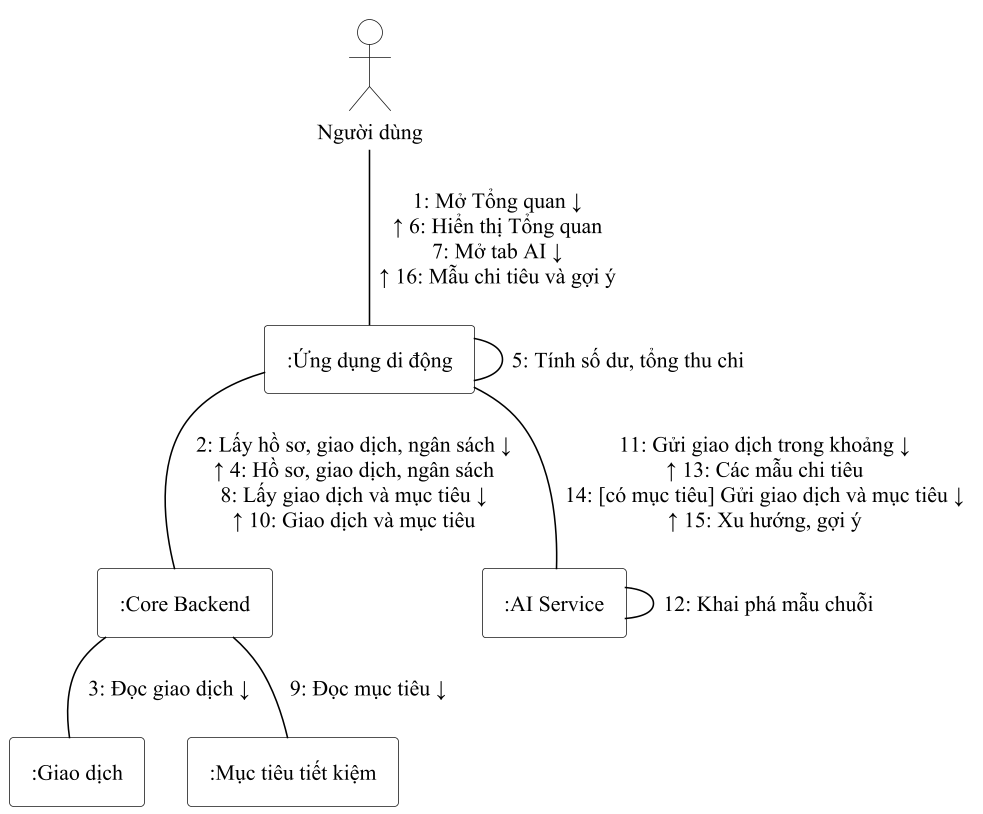
TriPhan15/donutpay-monorepo keeps this PlantUML diagram as docs/thesis/diagrams/ch2_thong_ke_cong_tac.png. Above is the earlier version. Its diagram source:
```plantuml
@startuml ch2_thong_ke_cong_tac
!include _style.iuml
!pragma layout smetana
actor "Người dùng" as ND
rectangle ":Ứng dụng di động" as APP
rectangle ":Core Backend" as BE
rectangle ":AI Service" as AI
rectangle ":Giao dịch" as GD
rectangle ":Mục tiêu tiết kiệm" as MT
ND -- APP : "1: Mở Tổng quan ↓\n↑ 6: Hiển thị Tổng quan\n7: Mở tab AI ↓\n↑ 16: Mẫu chi tiêu và gợi ý"
APP -- APP : "5: Tính số dư, tổng thu chi"
APP -- BE : "2: Lấy hồ sơ, giao dịch, ngân sách ↓\n↑ 4: Hồ sơ, giao dịch, ngân sách\n8: Lấy giao dịch và mục tiêu ↓\n↑ 10: Giao dịch và mục tiêu"
BE -- GD : "3: Đọc giao dịch ↓"
BE -- MT : "9: Đọc mục tiêu ↓"
APP -- AI : "11: Gửi giao dịch trong khoảng ↓\n↑ 13: Các mẫu chi tiêu\n14: [có mục tiêu] Gửi giao dịch và mục tiêu ↓\n↑ 15: Xu hướng, gợi ý"
AI -- AI : "12: Khai phá mẫu chuỗi"
@enduml
```
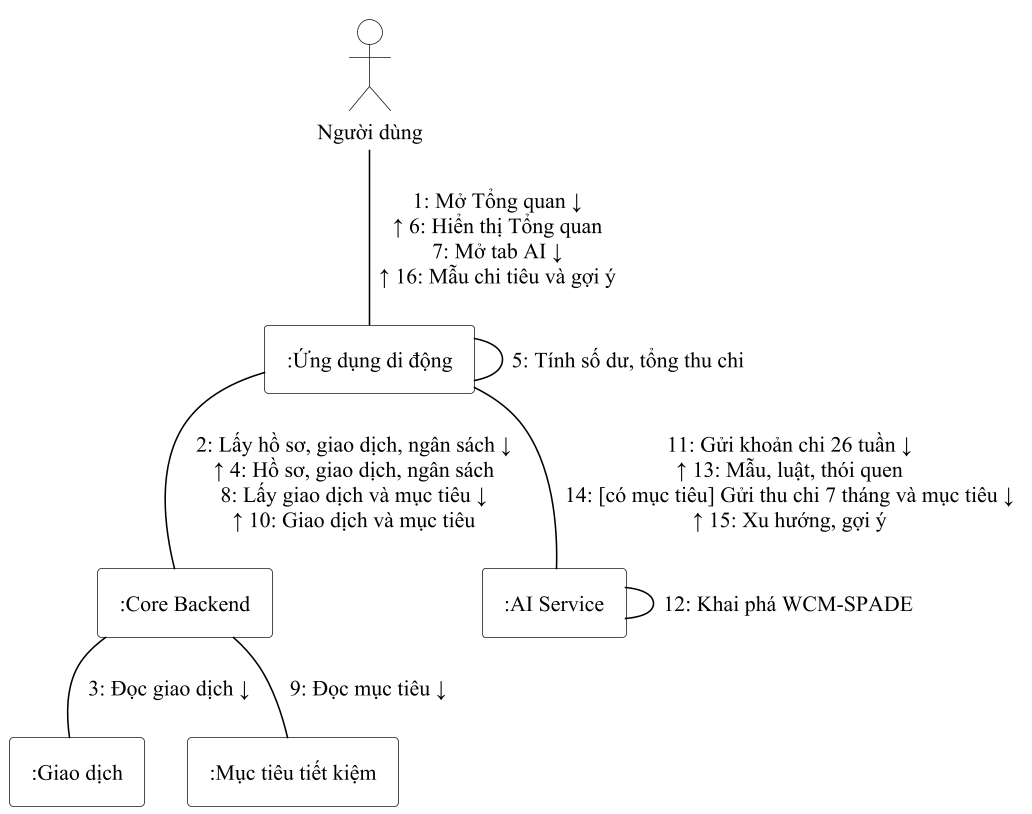
Above is the later version.

The edit, as a diff of the source:
```diff
@@ -12,6 +12,6 @@
 APP -- BE : "2: Lấy hồ sơ, giao dịch, ngân sách ↓\n↑ 4: Hồ sơ, giao dịch, ngân sách\n8: Lấy giao dịch và mục tiêu ↓\n↑ 10: Giao dịch và mục tiêu"
 BE -- GD : "3: Đọc giao dịch ↓"
 BE -- MT : "9: Đọc mục tiêu ↓"
-APP -- AI : "11: Gửi giao dịch trong khoảng ↓\n↑ 13: Các mẫu chi tiêu\n14: [có mục tiêu] Gửi giao dịch và mục tiêu ↓\n↑ 15: Xu hướng, gợi ý"
-AI -- AI : "12: Khai phá mẫu chuỗi"
+APP -- AI : "11: Gửi khoản chi 26 tuần ↓\n↑ 13: Mẫu, luật, thói quen\n14: [có mục tiêu] Gửi thu chi 7 tháng và mục tiêu ↓\n↑ 15: Xu hướng, gợi ý"
+AI -- AI : "12: Khai phá WCM-SPADE"
 @enduml
```
